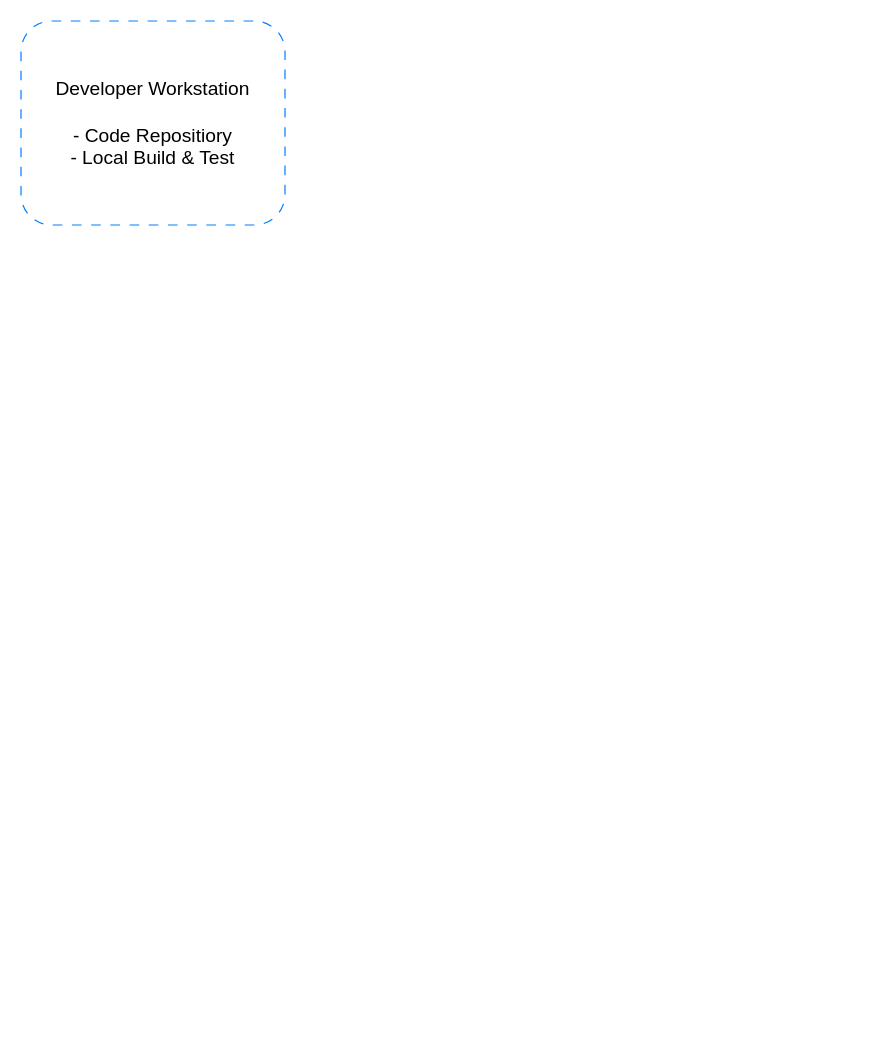
Above: geoserver.drawio in Regina117/kubera (draw.io), before the change. Source tidied: cells renumbered, new cells numbered last; positions are measured from the earlier drawing's top-left corner, leaving out a move shared by most shapes. Both pictures are drawn from the tidied source at 120%, with x=0, y=0 at pixel (20, 20).
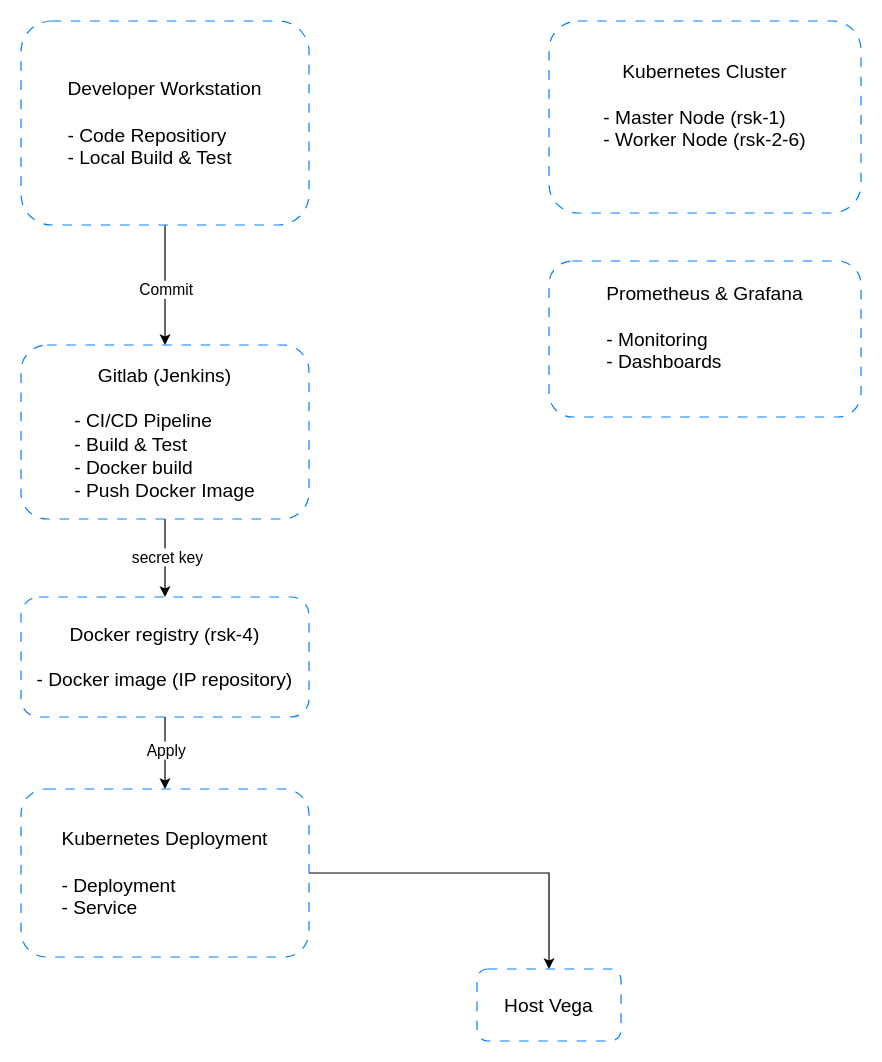
Above is the later version.

What changed in the source:
```diff
@@
 <mxGraphModel>
   <root>
     <mxCell id="0" />
     <mxCell id="1" parent="0" />
+    <mxCell id="3" style="edgeStyle=orthogonalEdgeStyle;rounded=0;jettySize=auto;html=1;" parent="1" edge="1" source="2" target="7">
+      <mxGeometry relative="1" as="geometry">
+        <Array as="points">
+          <mxPoint x="120" y="220" />
+          <mxPoint x="120" y="220" />
+        </Array>
+      </mxGeometry>
+    </mxCell>
+    <mxCell id="4" value="&lt;font style=&quot;font-size: 13px;&quot;&gt;Commit&lt;/font&gt;" style="edgeLabel;html=1;align=center;verticalAlign=middle;" parent="3" vertex="1">
+      <mxGeometry x="0.06" relative="1" as="geometry" />
+    </mxCell>
-    <mxCell id="2" value="Developer Workstation&lt;div style=&quot;font-size: 16px;&quot;&gt;&lt;br style=&quot;font-size: 16px;&quot;&gt;&lt;/div&gt;&lt;div style=&quot;font-size: 16px;&quot;&gt;- Code Repositiory&lt;/div&gt;&lt;div style=&quot;font-size: 16px;&quot;&gt;- Local Build &amp;amp; Test&lt;/div&gt;" style="rounded=1;whiteSpace=wrap;html=1;dashed=1;dashPattern=8 8;strokeColor=#007FFF;strokeWidth=1;fontSize=16;" parent="1" vertex="1">
-      <mxGeometry width="220" height="170" as="geometry" />
+    <mxCell id="2" value="Developer Workstation&lt;div style=&quot;font-size: 16px;&quot;&gt;&lt;br style=&quot;font-size: 16px;&quot;&gt;&lt;/div&gt;&lt;div style=&quot;text-align: justify; font-size: 16px;&quot;&gt;- Code Repositiory&lt;/div&gt;&lt;div style=&quot;text-align: justify; font-size: 16px;&quot;&gt;- Local Build &amp;amp; Test&lt;/div&gt;" style="rounded=1;whiteSpace=wrap;html=1;dashed=1;dashPattern=8 8;strokeColor=#007FFF;strokeWidth=1;fontSize=16;" parent="1" vertex="1">
+      <mxGeometry width="240" height="170" as="geometry" />
     </mxCell>
+    <mxCell id="5" style="edgeStyle=orthogonalEdgeStyle;rounded=0;jettySize=auto;html=1;" parent="1" edge="1" source="7" target="10">
+      <mxGeometry relative="1" as="geometry" />
+    </mxCell>
+    <mxCell id="6" value="&lt;font style=&quot;font-size: 13px;&quot;&gt;secret key&lt;/font&gt;" style="edgeLabel;html=1;align=center;verticalAlign=middle;" parent="5" vertex="1">
+      <mxGeometry x="-0.05" y="1" relative="1" as="geometry" />
+    </mxCell>
+    <mxCell id="7" value="Gitlab (Jenkins)&lt;div&gt;&lt;br&gt;&lt;/div&gt;&lt;div style=&quot;text-align: justify;&quot;&gt;- CI/CD Pipeline&lt;/div&gt;&lt;div style=&quot;text-align: justify;&quot;&gt;- Build &amp;amp; Test&lt;/div&gt;&lt;div style=&quot;text-align: justify;&quot;&gt;- Docker build&lt;/div&gt;&lt;div style=&quot;text-align: justify;&quot;&gt;- Push Docker Image&lt;/div&gt;" style="rounded=1;whiteSpace=wrap;html=1;fontSize=16;strokeColor=#007FFF;dashed=1;dashPattern=8 8;strokeWidth=1;" parent="1" vertex="1">
+      <mxGeometry y="270" width="240" height="145" as="geometry" />
+    </mxCell>
+    <mxCell id="8" style="edgeStyle=orthogonalEdgeStyle;rounded=0;jettySize=auto;html=1;" parent="1" edge="1" source="10" target="12">
+      <mxGeometry relative="1" as="geometry" />
+    </mxCell>
+    <mxCell id="9" value="Apply" style="edgeLabel;html=1;align=center;verticalAlign=middle;fontSize=13;" parent="8" vertex="1">
+      <mxGeometry x="-0.1" relative="1" as="geometry" />
+    </mxCell>
+    <mxCell id="10" value="Docker registry (rsk-4)&lt;div style=&quot;text-align: justify;&quot;&gt;&lt;br&gt;&lt;/div&gt;&lt;div style=&quot;text-align: justify;&quot;&gt;- Docker image (IP repository)&lt;/div&gt;" style="rounded=1;whiteSpace=wrap;html=1;fontSize=16;strokeColor=#007FFF;dashed=1;dashPattern=8 8;strokeWidth=1;" parent="1" vertex="1">
+      <mxGeometry y="480" width="240" height="100" as="geometry" />
+    </mxCell>
+    <mxCell id="11" style="edgeStyle=orthogonalEdgeStyle;rounded=0;jettySize=auto;html=1;" parent="1" edge="1" source="12" target="15">
+      <mxGeometry relative="1" as="geometry" />
+    </mxCell>
+    <mxCell id="12" value="Kubernetes Deployment&lt;div&gt;&lt;br&gt;&lt;/div&gt;&lt;div style=&quot;text-align: justify;&quot;&gt;- Deployment&lt;/div&gt;&lt;div style=&quot;text-align: justify;&quot;&gt;- Service&lt;/div&gt;" style="whiteSpace=wrap;html=1;fontSize=16;strokeColor=#007FFF;rounded=1;dashed=1;dashPattern=8 8;strokeWidth=1;" parent="1" vertex="1">
+      <mxGeometry y="640" width="240" height="140" as="geometry" />
+    </mxCell>
+    <mxCell id="13" value="Kubernetes Cluster&lt;div&gt;&lt;br&gt;&lt;/div&gt;&lt;div style=&quot;text-align: justify;&quot;&gt;- Master Node (rsk-1)&lt;/div&gt;&lt;div style=&quot;text-align: justify;&quot;&gt;- Worker Node (rsk-2-6)&lt;/div&gt;&lt;div style=&quot;text-align: justify;&quot;&gt;&lt;br&gt;&lt;/div&gt;" style="whiteSpace=wrap;html=1;fontSize=16;strokeColor=#007FFF;rounded=1;dashed=1;dashPattern=8 8;strokeWidth=1;" parent="1" vertex="1">
+      <mxGeometry x="440" width="260" height="160" as="geometry" />
+    </mxCell>
+    <mxCell id="14" value="Prometheus &amp;amp; Grafana&lt;div&gt;&lt;br&gt;&lt;/div&gt;&lt;div style=&quot;text-align: justify;&quot;&gt;- Monitoring&lt;/div&gt;&lt;div style=&quot;text-align: justify;&quot;&gt;- Dashboards&lt;/div&gt;&lt;div style=&quot;text-align: justify;&quot;&gt;&lt;br&gt;&lt;/div&gt;" style="whiteSpace=wrap;html=1;fontSize=16;strokeColor=#007FFF;rounded=1;dashed=1;dashPattern=8 8;strokeWidth=1;" parent="1" vertex="1">
+      <mxGeometry x="440" y="200" width="260" height="130" as="geometry" />
+    </mxCell>
+    <mxCell id="15" value="Host Vega" style="rounded=1;whiteSpace=wrap;html=1;fontSize=16;strokeColor=#007FFF;dashed=1;dashPattern=8 8;strokeWidth=1;" parent="1" vertex="1">
+      <mxGeometry x="380" y="790" width="120" height="60" as="geometry" />
+    </mxCell>
   </root>
 </mxGraphModel>
```
